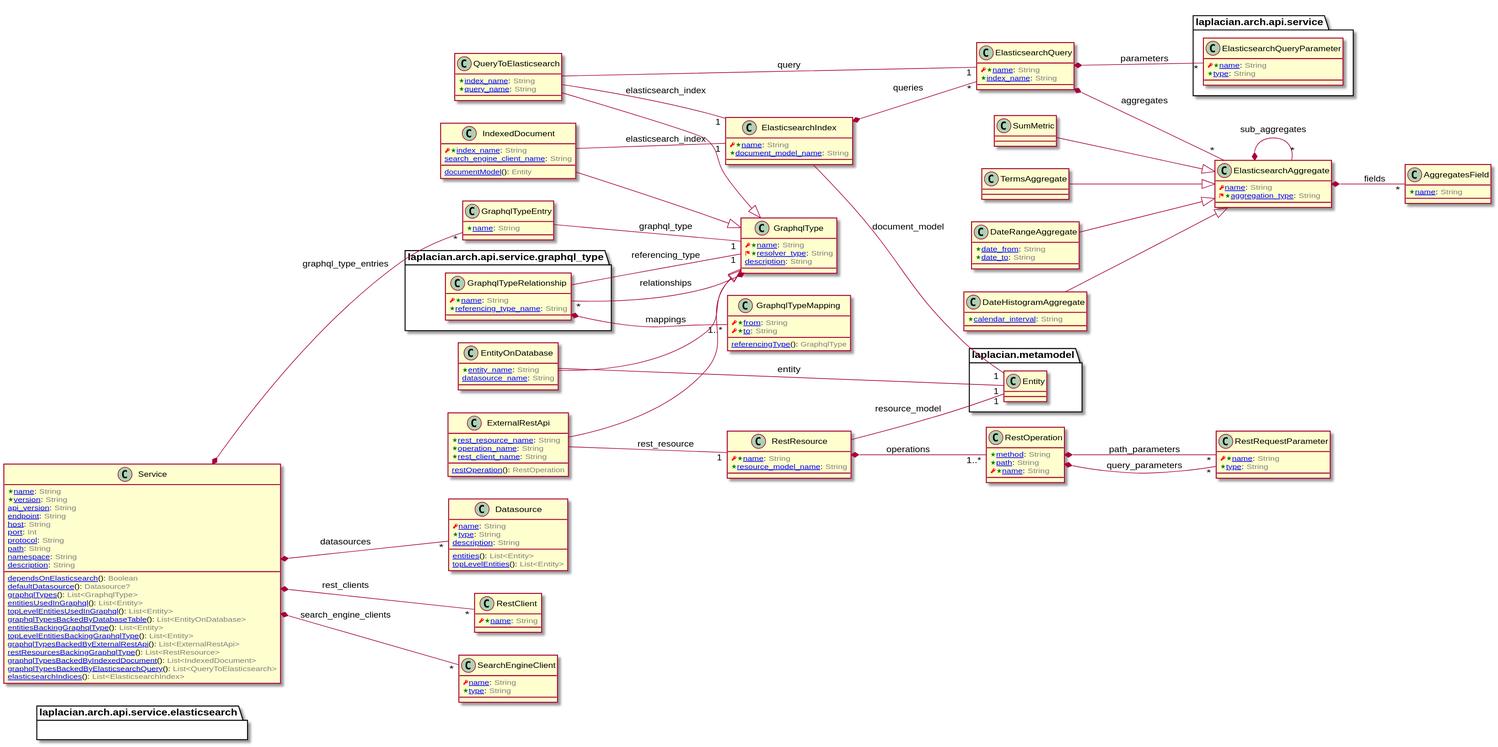
laplacian-arch/api-service.domain-model keeps this PlantUML diagram as doc/image/model-diagram.svg. Above is the earlier version.
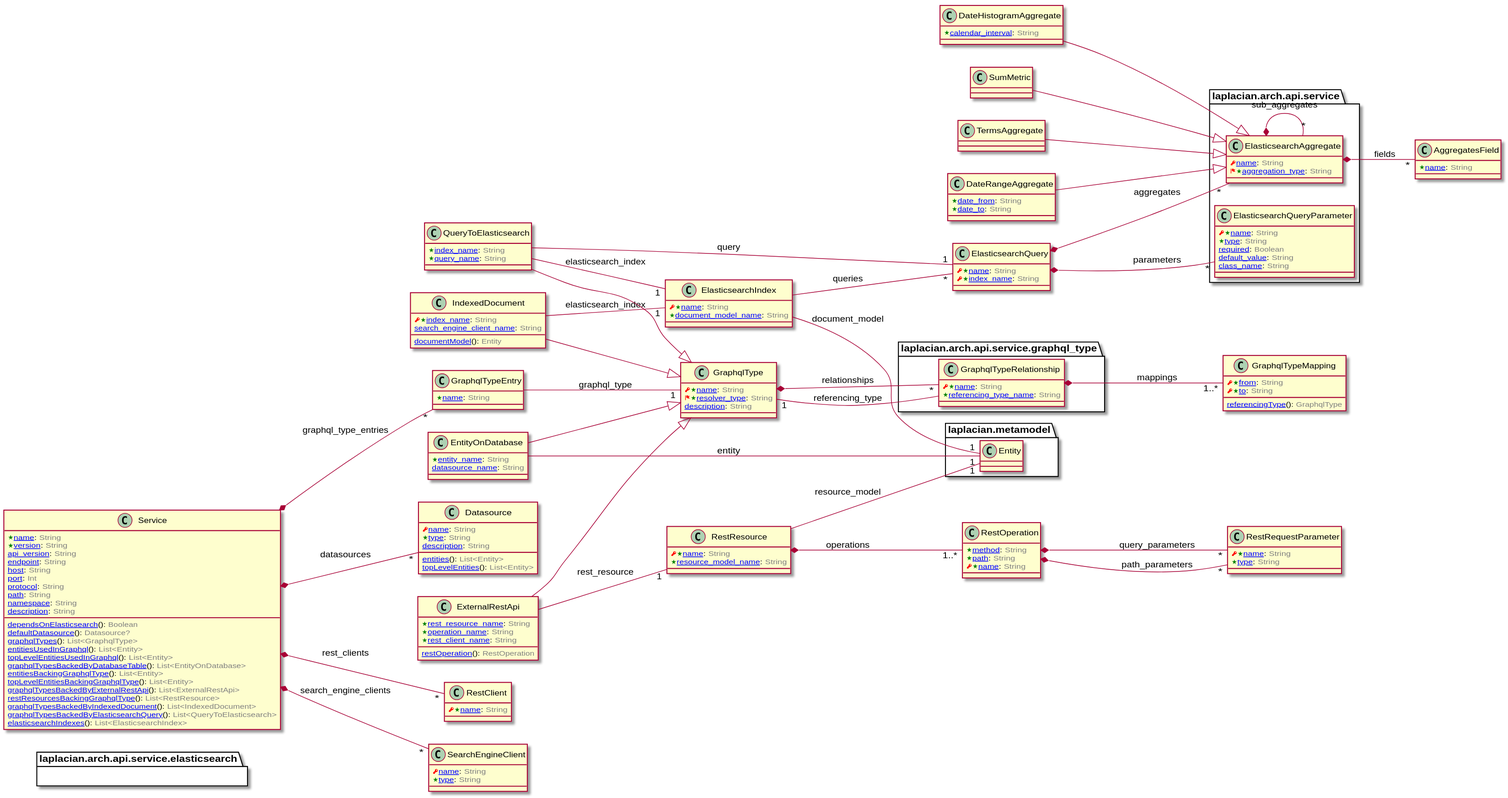
After the commit.

The edit, as a diff of the source:
```diff
@@ -24,19 +24,24 @@
 
 
 
-ElasticsearchIndex *-- "*" ElasticsearchQuery : queries
+ElasticsearchIndex -- "*" ElasticsearchQuery : queries
 
 
 
 
 class ElasticsearchQuery [[/blob/master/doc/entities/ElasticsearchQuery.md]] {
   <color:RED><&key></color><color:Green><&star></color>[[/blob/master/doc/entities/ElasticsearchQuery.md#name-string name]]: <color:GRAY>String</color>
-  <color:Green><&star></color>[[/blob/master/doc/entities/ElasticsearchQuery.md#index_name-string index_name]]: <color:GRAY>String</color>
+  <color:RED><&key></color><color:Green><&star></color>[[/blob/master/doc/entities/ElasticsearchQuery.md#index_name-string index_name]]: <color:GRAY>String</color>
 }
 
 
 
 
+
+package laplacian.arch.api.service {
+  class ElasticsearchAggregate {
+  }
+}
 
 
 ElasticsearchQuery *-- "*" ElasticsearchAggregate : aggregates
@@ -59,6 +64,9 @@
 class ElasticsearchQueryParameter [[/blob/master/doc/entities/ElasticsearchQueryParameter.md]] {
   <color:RED><&key></color><color:Green><&star></color>[[/blob/master/doc/entities/ElasticsearchQueryParameter.md#name-string name]]: <color:GRAY>String</color>
   <color:Green><&star></color>[[/blob/master/doc/entities/ElasticsearchQueryParameter.md#type-string type]]: <color:GRAY>String</color>
+  [[/blob/master/doc/entities/ElasticsearchQueryParameter.md#required-boolean required]]: <color:GRAY>Boolean</color>
+  [[/blob/master/doc/entities/ElasticsearchQueryParameter.md#default_value-string default_value]]: <color:GRAY>String</color>
+  [[/blob/master/doc/entities/ElasticsearchQueryParameter.md#class_name-string class_name]]: <color:GRAY>String</color>
 }
 
 
@@ -372,7 +380,7 @@
   [[/blob/master/doc/entities/Service.md#rest_resources_backing_graphql_type-listRestResource restResourcesBackingGraphqlType]](): <color:GRAY>List<RestResource></color>
   [[/blob/master/doc/entities/Service.md#graphql_types_backed_by_indexed_document-listIndexedDocument graphqlTypesBackedByIndexedDocument]](): <color:GRAY>List<IndexedDocument></color>
   [[/blob/master/doc/entities/Service.md#graphql_types_backed_by_elasticsearch_query-listQueryToElasticsearch graphqlTypesBackedByElasticsearchQuery]](): <color:GRAY>List<QueryToElasticsearch></color>
-  [[/blob/master/doc/entities/Service.md#elasticsearch_indices-listElasticsearchIndex elasticsearchIndices]](): <color:GRAY>List<ElasticsearchIndex></color>
+  [[/blob/master/doc/entities/Service.md#elasticsearch_indexes-listElasticsearchIndex elasticsearchIndexes]](): <color:GRAY>List<ElasticsearchIndex></color>
 }
 
 
```
